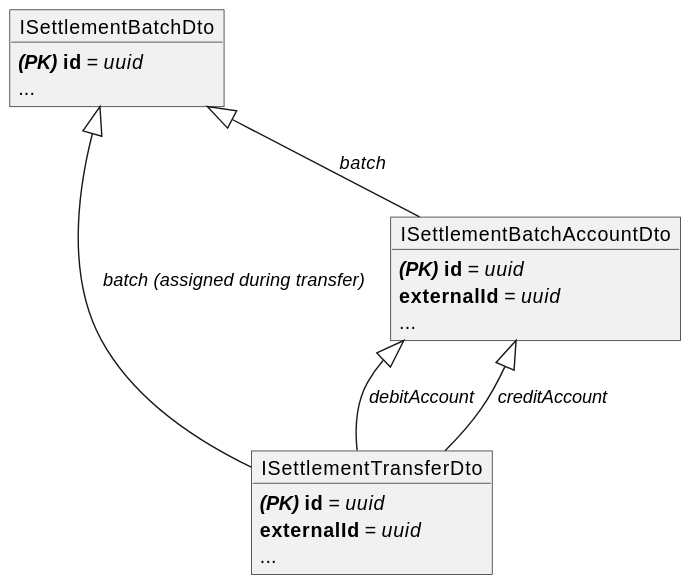
Above: docs/flows/03-settlement-model.svg in mojaloop/settlements-bc (PlantUML), before the change. Source of this version:
```plantuml
@startuml
object ISettlementTransferDto
    ISettlementTransferDto : **//(PK)// id** = //uuid//
    ISettlementTransferDto : **externalId** = //uuid//
    ISettlementTransferDto : ...
object ISettlementBatchAccountDto
    ISettlementBatchAccountDto : **//(PK)// id** = //uuid//
    ISettlementBatchAccountDto : **externalId** = //uuid//
    ISettlementBatchAccountDto : ...
object ISettlementBatchDto
    ISettlementBatchDto : **//(PK)// id** = //uuid//
    ISettlementBatchDto : ...

ISettlementBatchAccountDto <|-- ISettlementTransferDto : //debitAccount//
ISettlementBatchAccountDto <|-- ISettlementTransferDto : //creditAccount//
ISettlementBatchDto <|-- ISettlementTransferDto : //batch (assigned during transfer)//
ISettlementBatchDto <|-- ISettlementBatchAccountDto : //batch//
@enduml
```
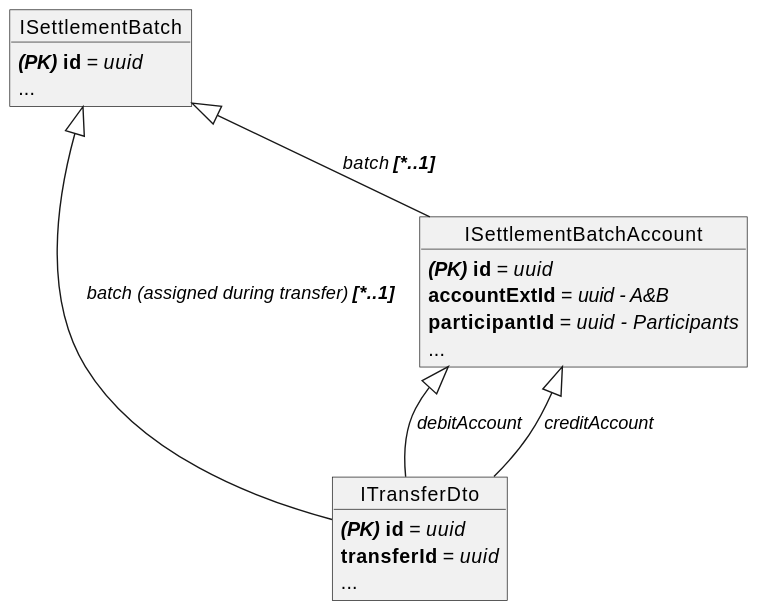
After the change.

Diff of the diagram source:
```diff
@@ -1,18 +1,19 @@
 @startuml
-object ISettlementTransferDto
-    ISettlementTransferDto : **//(PK)// id** = //uuid//
-    ISettlementTransferDto : **externalId** = //uuid//
-    ISettlementTransferDto : ...
-object ISettlementBatchAccountDto
-    ISettlementBatchAccountDto : **//(PK)// id** = //uuid//
-    ISettlementBatchAccountDto : **externalId** = //uuid//
-    ISettlementBatchAccountDto : ...
-object ISettlementBatchDto
-    ISettlementBatchDto : **//(PK)// id** = //uuid//
-    ISettlementBatchDto : ...
+object ITransferDto
+    ITransferDto : **//(PK)// id** = //uuid//
+    ITransferDto : **transferId** = //uuid//
+    ITransferDto : ...
+object ISettlementBatchAccount
+    ISettlementBatchAccount : **//(PK)// id** = //uuid//
+    ISettlementBatchAccount : **accountExtId** = //uuid - A&B//
+    ISettlementBatchAccount : **participantId** = //uuid - Participants//
+    ISettlementBatchAccount : ...
+object ISettlementBatch
+    ISettlementBatch : **//(PK)// id** = //uuid//
+    ISettlementBatch : ...
 
-ISettlementBatchAccountDto <|-- ISettlementTransferDto : //debitAccount//
-ISettlementBatchAccountDto <|-- ISettlementTransferDto : //creditAccount//
-ISettlementBatchDto <|-- ISettlementTransferDto : //batch (assigned during transfer)//
-ISettlementBatchDto <|-- ISettlementBatchAccountDto : //batch//
+ISettlementBatchAccount <|-- ITransferDto : //debitAccount//
+ISettlementBatchAccount <|-- ITransferDto : //creditAccount//
+ISettlementBatch <|-- ITransferDto : //batch (assigned during transfer) **[*..1]**//
+ISettlementBatch <|-- ISettlementBatchAccount : //batch **[*..1]**//
 @enduml
```
